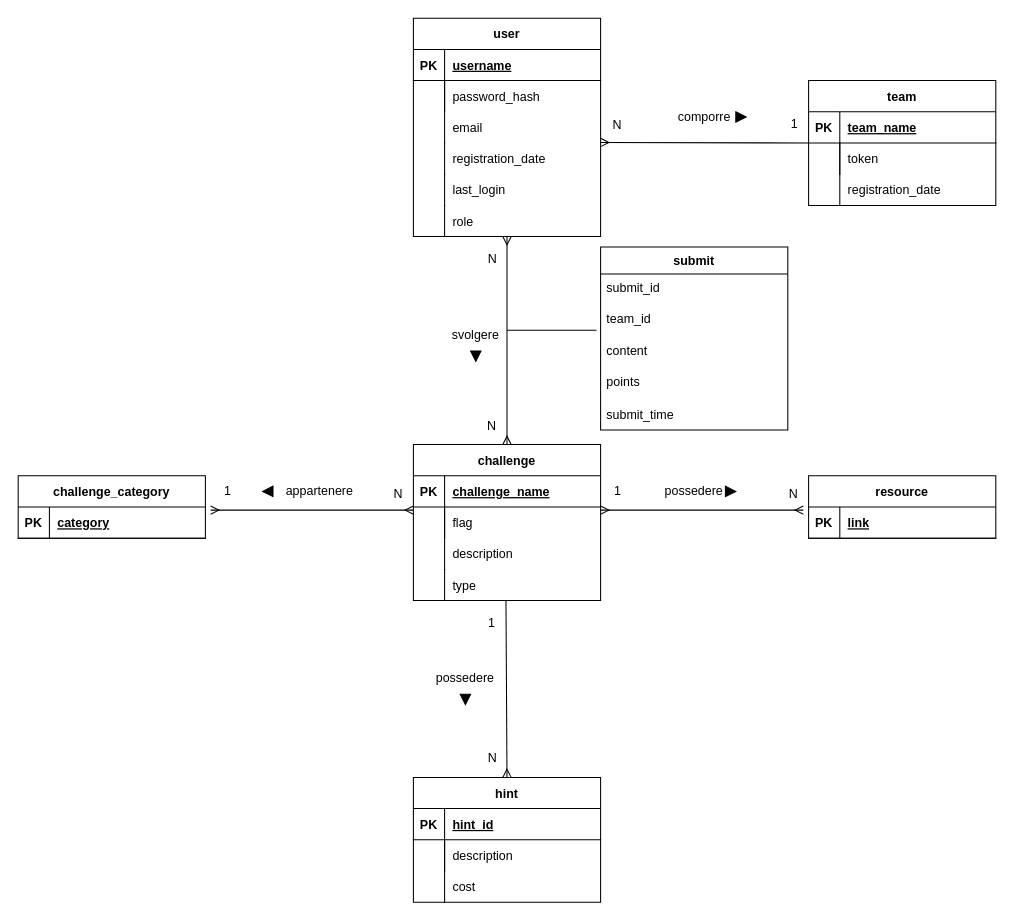
FeeeDz/H4ckUs4t1_CTF keeps this draw.io diagram as db/ER_diagram.drawio. Above is the earlier version. Source tidied: cells renumbered, new cells numbered last; positions are measured from the earlier drawing's top-left corner, leaving out a move shared by most shapes. Both pictures are drawn from the tidied source at 104%, with x=0, y=0 at pixel (18, 18).
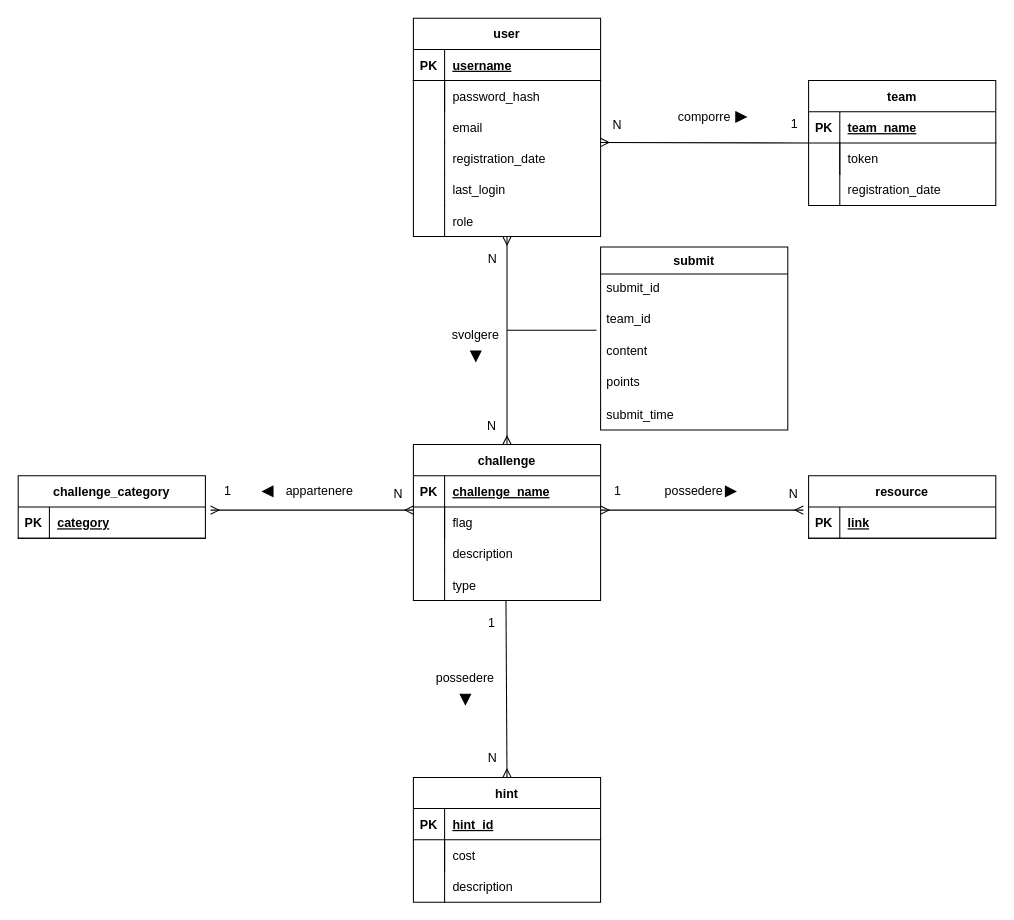
The same diagram, later.

The change refers to these unchanged cells:
```xml
<mxCell id="80" style="shape=partialRectangle;fillColor=none;top=0;left=0;right=0;bottom=0;" parent="76" vertex="1">
  <mxGeometry y="60" width="180" height="30" as="geometry" />
</mxCell>
<mxCell id="84" style="shape=partialRectangle;fillColor=none;top=0;left=0;right=0;bottom=0;" parent="1" vertex="1">
  <mxGeometry x="380" y="820" width="180" height="30" as="geometry" />
</mxCell>
```

Diff of the diagram source:
```diff
@@
-    <mxCell id="82" value="description" style="shape=partialRectangle;overflow=hidden;fillColor=none;top=0;left=0;bottom=0;right=0;align=left;spacingLeft=6;" parent="80" vertex="1">
+    <mxCell id="82" value="cost" style="shape=partialRectangle;overflow=hidden;fillColor=none;top=0;left=0;bottom=0;right=0;align=left;spacingLeft=6;" parent="80" vertex="1">
       <mxGeometry x="30" width="150" height="30" as="geometry" />
     </mxCell>
@@
-    <mxCell id="86" value="cost" style="shape=partialRectangle;overflow=hidden;fillColor=none;top=0;left=0;bottom=0;right=0;align=left;spacingLeft=6;" parent="84" vertex="1">
+    <mxCell id="86" value="description" style="shape=partialRectangle;overflow=hidden;fillColor=none;top=0;left=0;bottom=0;right=0;align=left;spacingLeft=6;" parent="84" vertex="1">
       <mxGeometry x="30" width="150" height="30" as="geometry" />
     </mxCell>
```
